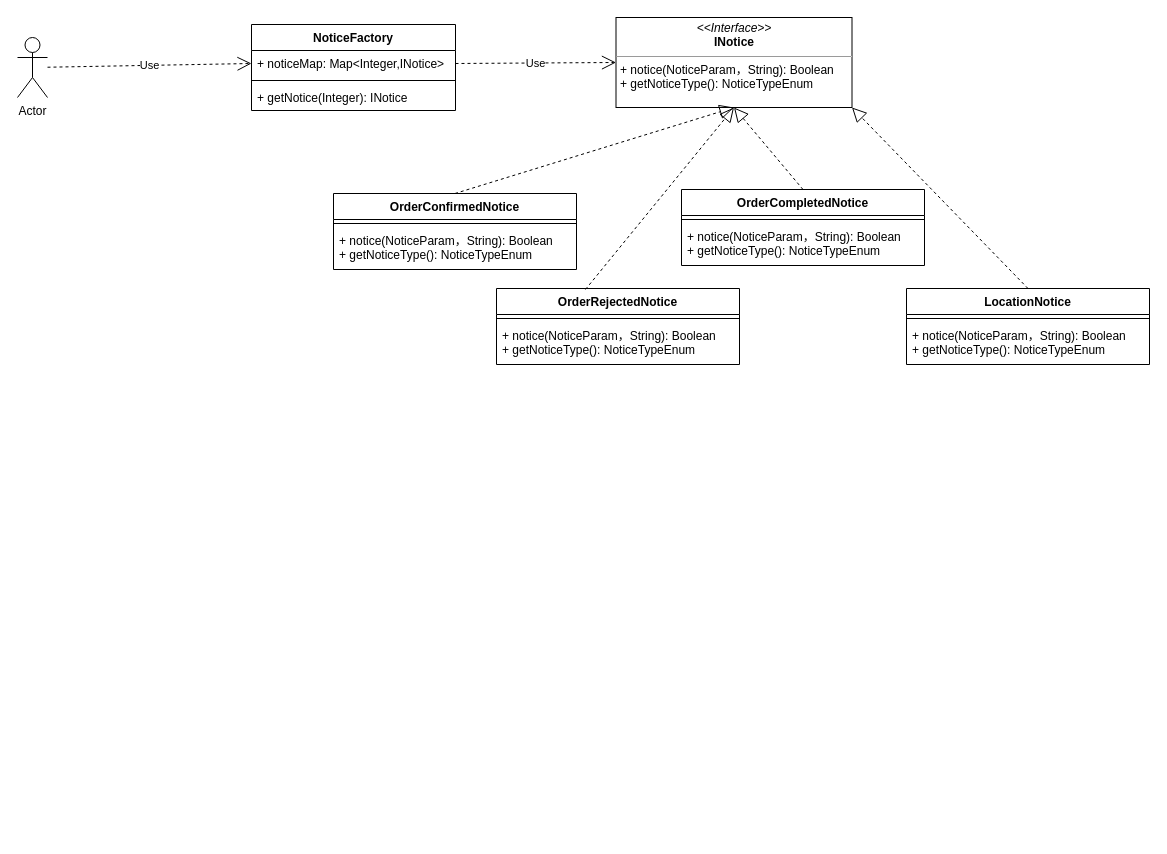
ddmcc/draw.io-repo keeps this draw.io diagram as docs/Untitled Diagram.drawio. Above is the earlier version. Source tidied: cells renumbered, new cells numbered last; positions are measured from the earlier drawing's top-left corner, leaving out a move shared by most shapes. Both pictures are drawn from the tidied source at 100%, with x=0, y=0 at pixel (17, 17).
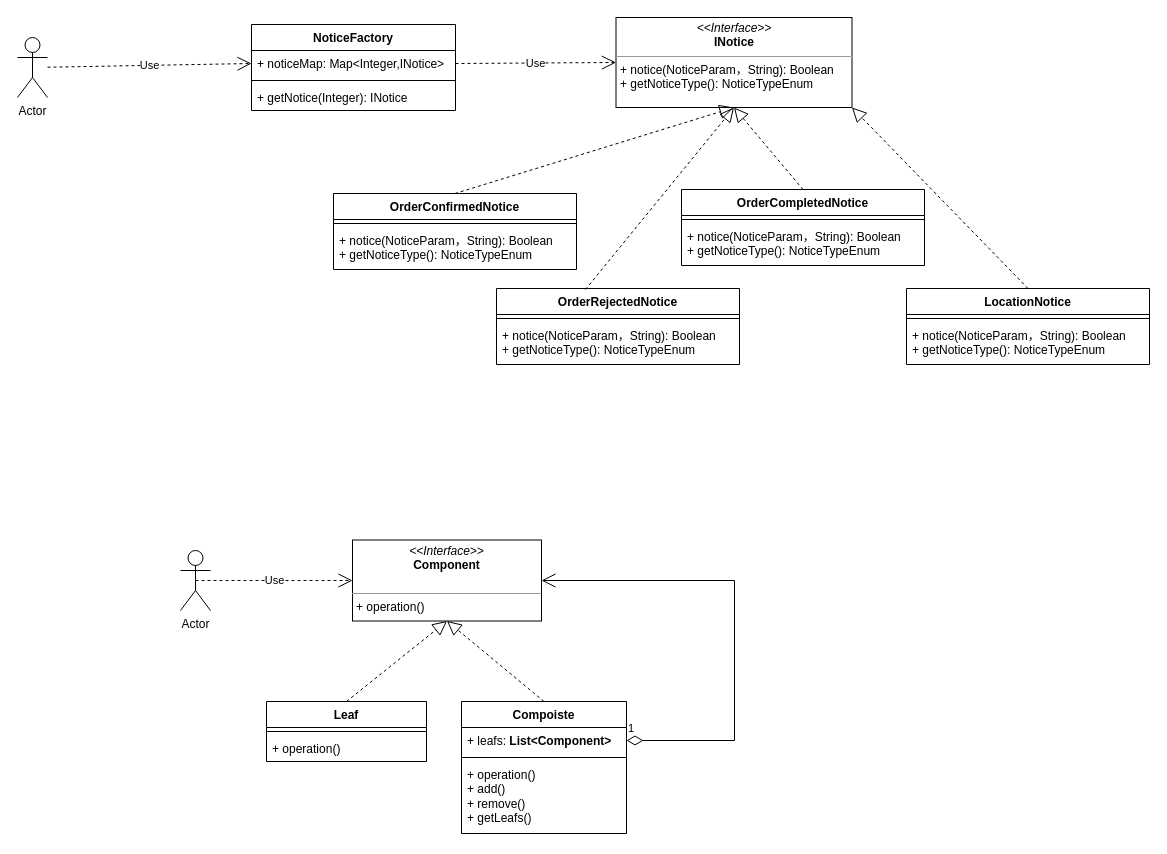
The same page after the edit.

What changed in the source:
```diff
@@
+    <mxCell id="26" value="&lt;p style=&quot;margin:0px;margin-top:4px;text-align:center;&quot;&gt;&lt;i&gt;&amp;lt;&amp;lt;Interface&amp;gt;&amp;gt;&lt;/i&gt;&lt;br&gt;&lt;b&gt;Component&lt;/b&gt;&lt;/p&gt;&lt;p style=&quot;margin:0px;margin-left:4px;&quot;&gt;&lt;br&gt;&lt;/p&gt;&lt;hr size=&quot;1&quot;&gt;&lt;p style=&quot;margin:0px;margin-left:4px;&quot;&gt;+ operation()&lt;br&gt;&lt;/p&gt;" style="verticalAlign=top;align=left;overflow=fill;fontSize=12;fontFamily=Helvetica;html=1;whiteSpace=wrap;" parent="1" vertex="1">
+      <mxGeometry x="335" y="522.5" width="189" height="81" as="geometry" />
+    </mxCell>
+    <mxCell id="27" value="Actor" style="shape=umlActor;verticalLabelPosition=bottom;verticalAlign=top;html=1;" parent="1" vertex="1">
+      <mxGeometry x="163" y="533" width="30" height="60" as="geometry" />
+    </mxCell>
+    <mxCell id="28" value="Leaf" style="swimlane;fontStyle=1;align=center;verticalAlign=top;horizontal=1;startSize=26;whiteSpace=wrap;html=1;" parent="1" vertex="1">
+      <mxGeometry x="249" y="684" width="160" height="60" as="geometry" />
+    </mxCell>
+    <mxCell id="29" style="line;strokeWidth=1;fillColor=none;align=left;verticalAlign=middle;spacingTop=-1;spacingLeft=3;spacingRight=3;labelPosition=right;strokeColor=inherit;" parent="28" vertex="1">
+      <mxGeometry y="26" width="160" height="8" as="geometry" />
+    </mxCell>
+    <mxCell id="30" value="+ operation()" style="text;strokeColor=none;fillColor=none;align=left;verticalAlign=top;spacingLeft=4;spacingRight=4;overflow=hidden;whiteSpace=wrap;html=1;" parent="28" vertex="1">
+      <mxGeometry y="34" width="160" height="26" as="geometry" />
+    </mxCell>
+    <mxCell id="31" value="Compoiste" style="swimlane;fontStyle=1;align=center;verticalAlign=top;horizontal=1;startSize=26;whiteSpace=wrap;html=1;" parent="1" vertex="1">
+      <mxGeometry x="444" y="684" width="165" height="132" as="geometry" />
+    </mxCell>
+    <mxCell id="32" value="&lt;div style=&quot;text-align: center;&quot;&gt;&lt;span style=&quot;background-color: initial;&quot;&gt;+ leafs: &lt;b&gt;List&amp;lt;Component&amp;gt;&lt;/b&gt;&lt;/span&gt;&lt;/div&gt;" style="text;strokeColor=none;fillColor=none;align=left;verticalAlign=top;spacingLeft=4;spacingRight=4;overflow=hidden;points=[[0,0.5],[1,0.5]];portConstraint=eastwest;whiteSpace=wrap;html=1;" parent="31" vertex="1">
+      <mxGeometry y="26" width="165" height="26" as="geometry" />
+    </mxCell>
+    <mxCell id="33" style="line;strokeWidth=1;fillColor=none;align=left;verticalAlign=middle;spacingTop=-1;spacingLeft=3;spacingRight=3;labelPosition=right;strokeColor=inherit;" parent="31" vertex="1">
+      <mxGeometry y="52" width="165" height="8" as="geometry" />
+    </mxCell>
+    <mxCell id="34" value="+ operation()&lt;br&gt;+ add()&lt;br&gt;+ remove()&lt;br&gt;+ getLeafs()" style="text;strokeColor=none;fillColor=none;align=left;verticalAlign=top;spacingLeft=4;spacingRight=4;overflow=hidden;whiteSpace=wrap;html=1;" parent="31" vertex="1">
+      <mxGeometry y="60" width="165" height="72" as="geometry" />
+    </mxCell>
+    <mxCell id="35" style="endArrow=block;dashed=1;endFill=0;endSize=12;html=1;rounded=0;exitX=0.5;exitY=0;exitDx=0;exitDy=0;entryX=0.5;entryY=1;entryDx=0;entryDy=0;" parent="1" edge="1" source="28" target="26">
+      <mxGeometry relative="1" as="geometry" />
+    </mxCell>
+    <mxCell id="36" style="endArrow=block;dashed=1;endFill=0;endSize=12;html=1;rounded=0;exitX=0.5;exitY=0;exitDx=0;exitDy=0;entryX=0.5;entryY=1;entryDx=0;entryDy=0;" parent="1" edge="1" source="31" target="26">
+      <mxGeometry relative="1" as="geometry" />
+    </mxCell>
+    <mxCell id="37" value="1" style="endArrow=open;html=1;endSize=12;startArrow=diamondThin;startSize=14;startFill=0;edgeStyle=orthogonalEdgeStyle;align=left;verticalAlign=bottom;rounded=0;exitX=1;exitY=0.5;exitDx=0;exitDy=0;entryX=1;entryY=0.5;entryDx=0;entryDy=0;" parent="1" edge="1" source="32" target="26">
+      <mxGeometry x="-1" y="3" relative="1" as="geometry">
+        <Array as="points">
+          <mxPoint x="717" y="723" />
+          <mxPoint x="717" y="563" />
+        </Array>
+      </mxGeometry>
+    </mxCell>
+    <mxCell id="38" value="Use" style="endArrow=open;endSize=12;dashed=1;html=1;rounded=0;exitX=0.5;exitY=0.5;exitDx=0;exitDy=0;exitPerimeter=0;entryX=0;entryY=0.5;entryDx=0;entryDy=0;" parent="1" edge="1" source="27" target="26">
+      <mxGeometry relative="1" as="geometry" />
+    </mxCell>
```
